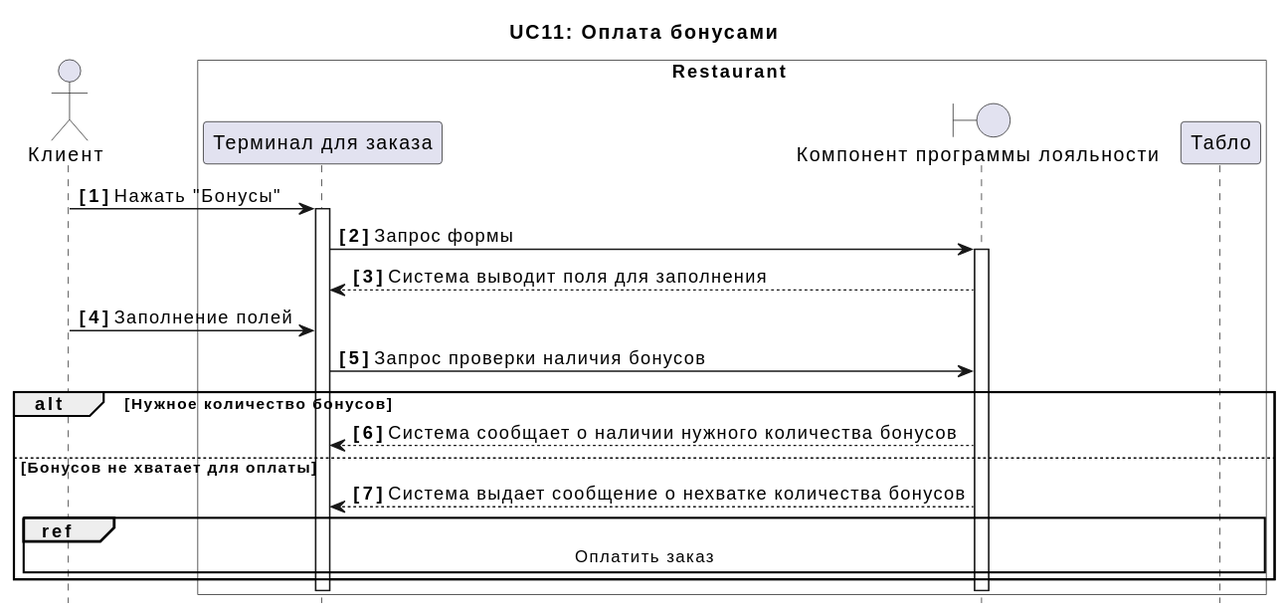
The PlantUML diagram docs/diagrams/include/UC11.svg in xxx996/OTUS_Restaraunt, before a commit.
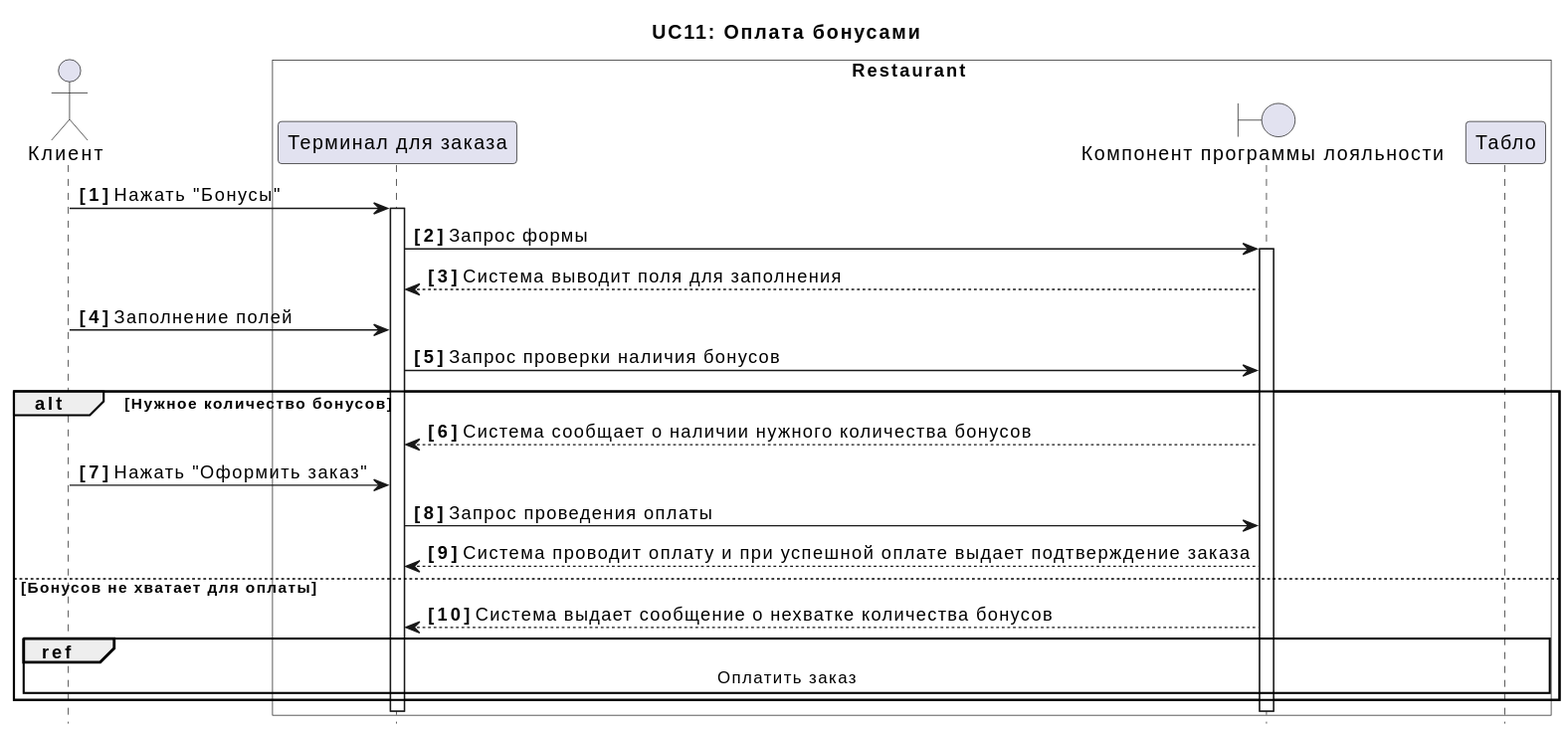
Above is the later version.

Diff of the diagram source:
```diff
@@ -20,7 +20,9 @@
 alt Нужное количество бонусов
 
 L --> A:  Система сообщает о наличии нужного количества бонусов
-
+C -> A:  Нажать "Оформить заказ"
+A -> L:  Запрос проведения оплаты
+L --> A: Система проводит оплату и при успешной оплате выдает подтверждение заказа
 
 else Бонусов не хватает для оплаты
 
```
